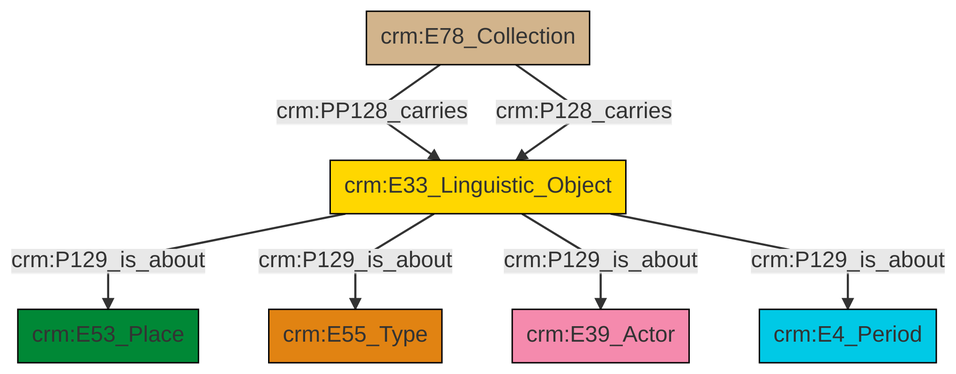
Earlier version of the Mermaid export et/archivalCSV/ttl/mmd/png/archival_aboutness.png (swiss-art-research-net/docs.swissartresearch). Its source is kept beside it as et/archivalCSV/ttl/mmd/archival_aboutness.ttl.mmd.
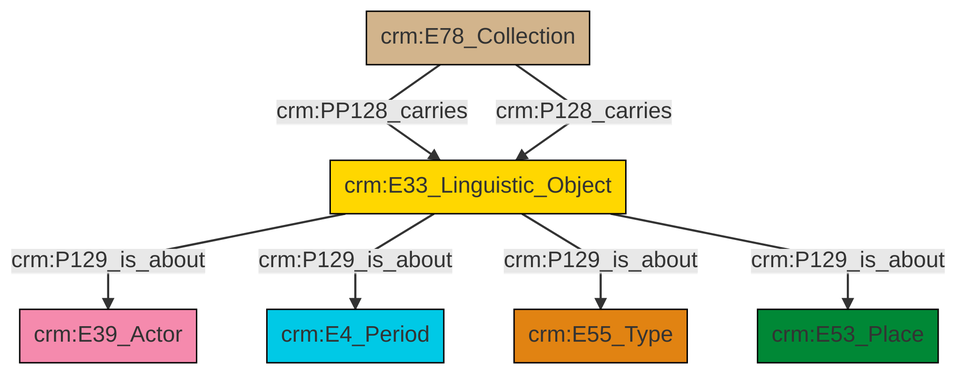
Above is the later version.

Diff of the diagram source:
```diff
@@ -13,9 +13,9 @@
 classDef PC_Classes fill:#4ce600, stroke:#000000;
 classDef Multi fill:#cccccc,stroke:#000000;
 
-8["crm:E33_Linguistic_Object"]:::Conceptual_Object -->|crm:P129_is_about| 2["crm:E53_Place"]:::Place
-8["crm:E33_Linguistic_Object"]:::Conceptual_Object -->|crm:P129_is_about| 6["crm:E55_Type"]:::Type
-8["crm:E33_Linguistic_Object"]:::Conceptual_Object -->|crm:P129_is_about| 4["crm:E39_Actor"]:::Actor
-8["crm:E33_Linguistic_Object"]:::Conceptual_Object -->|crm:P129_is_about| 0["crm:E4_Period"]:::Temporal_Entity
-10["crm:E78_Collection"]:::Physical_Thing -->|crm:PP128_carries| 8["crm:E33_Linguistic_Object"]:::Conceptual_Object
-10["crm:E78_Collection"]:::Physical_Thing -->|crm:P128_carries| 8["crm:E33_Linguistic_Object"]:::Conceptual_Object
+2["crm:E33_Linguistic_Object"]:::Conceptual_Object -->|crm:P129_is_about| 4["crm:E39_Actor"]:::Actor
+2["crm:E33_Linguistic_Object"]:::Conceptual_Object -->|crm:P129_is_about| 8["crm:E4_Period"]:::Temporal_Entity
+2["crm:E33_Linguistic_Object"]:::Conceptual_Object -->|crm:P129_is_about| 10["crm:E55_Type"]:::Type
+2["crm:E33_Linguistic_Object"]:::Conceptual_Object -->|crm:P129_is_about| 6["crm:E53_Place"]:::Place
+0["crm:E78_Collection"]:::Physical_Thing -->|crm:PP128_carries| 2["crm:E33_Linguistic_Object"]:::Conceptual_Object
+0["crm:E78_Collection"]:::Physical_Thing -->|crm:P128_carries| 2["crm:E33_Linguistic_Object"]:::Conceptual_Object
```
